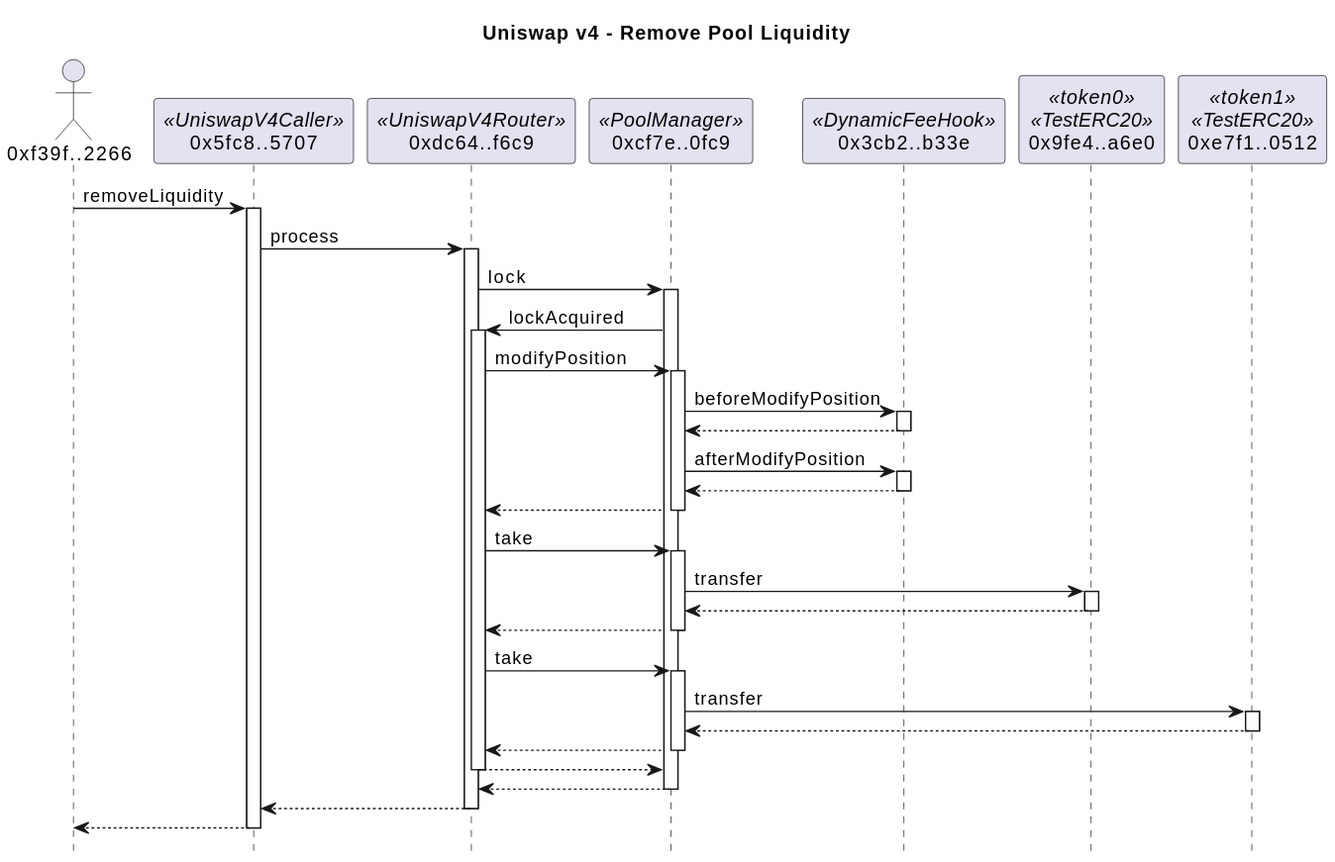
Earlier version of the PlantUML export docs/dynamicFeeRemoveSummary.svg (naddison36/uniswap-v4-hooks).
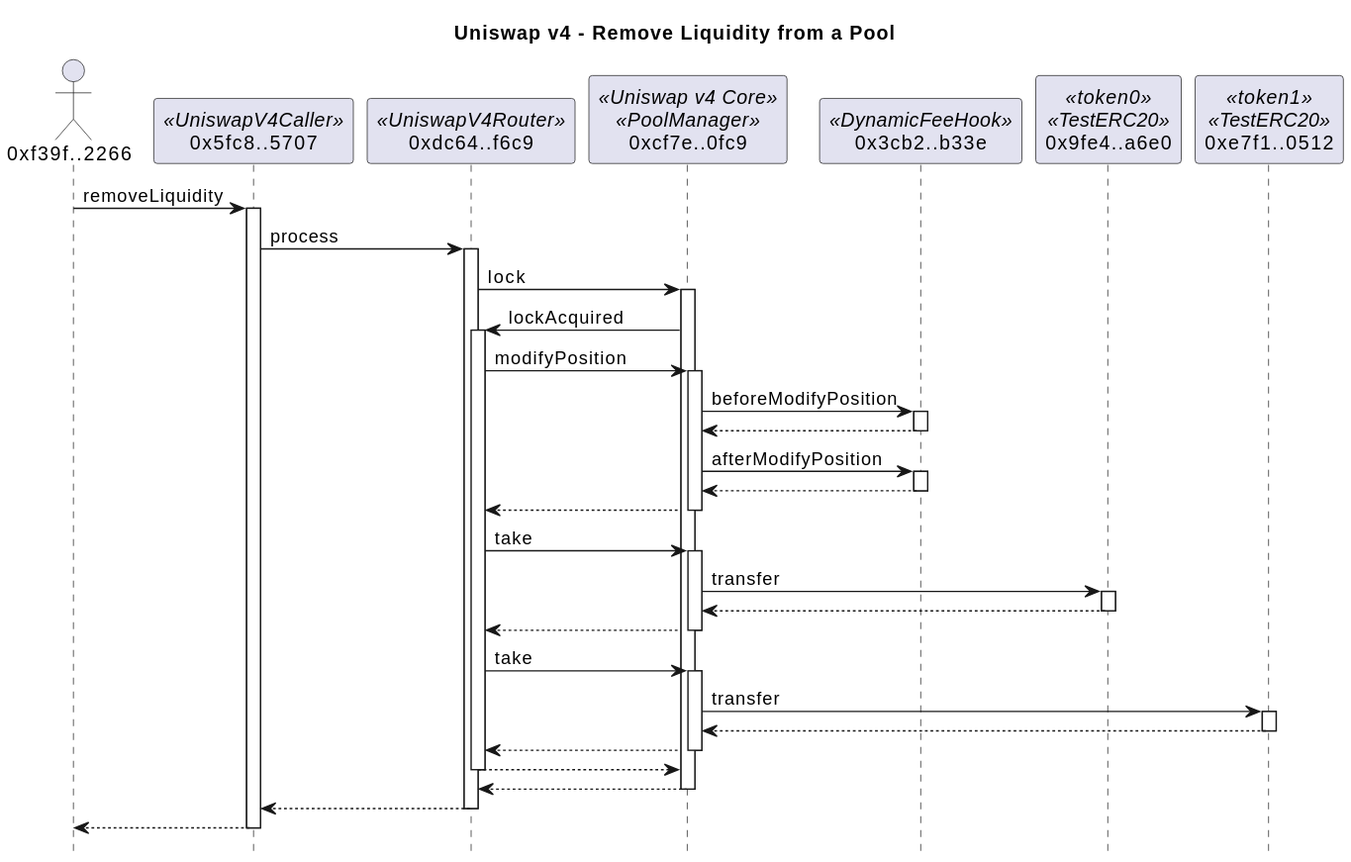
After the change.

What changed in the source:
```diff
@@ -1,11 +1,11 @@
 @startuml
-title Uniswap v4 - Remove Pool Liquidity
+title Uniswap v4 - Remove Liquidity from a Pool
 hide footbox
 
 actor "0xf39f..2266" as f39f2266
 participant "0x5fc8..5707" as 5fc85707 <<UniswapV4Caller>>
 participant "0xdc64..f6c9" as dc64f6c9 <<UniswapV4Router>>
-participant "0xcf7e..0fc9" as cf7e0fc9 <<PoolManager>>
+participant "0xcf7e..0fc9" as cf7e0fc9 <<Uniswap v4 Core>><<PoolManager>>
 participant "0x3cb2..b33e" as 3cb2b33e <<DynamicFeeHook>>
 participant "0x9fe4..a6e0" as 9fe4a6e0 <<token0>><<TestERC20>>
 participant "0xe7f1..0512" as e7f10512 <<token1>><<TestERC20>>
```
